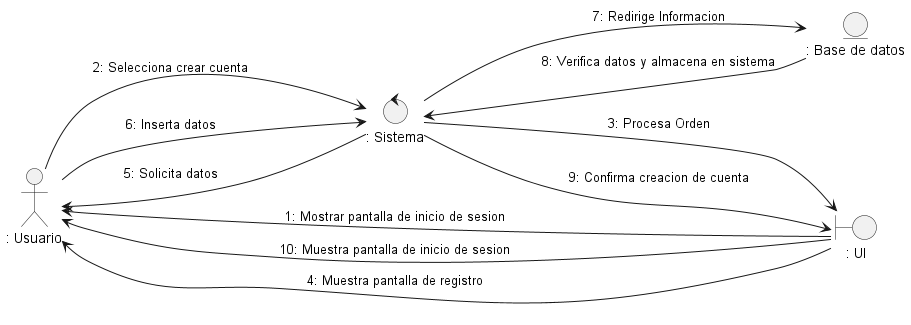
Before: docs/logicalView/analysisView/usecaseAnalysis/collaborationDiagram/image/uc1_signUp.png, a diagram exported from PlantUML (Danfloca02/ProyectoFacUpdate).
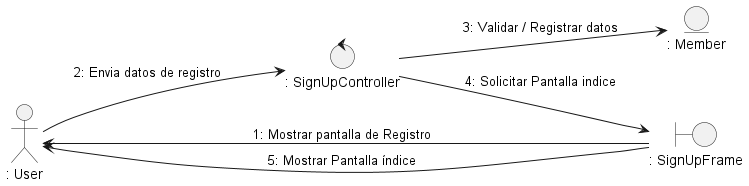
After the commit.

The edit, as a diff of the source:
```diff
@@ -2,21 +2,16 @@
 
 left to right direction
 
-actor ": Usuario" as user
+actor ": User" as user
 
-entity ": Base de datos" as mod
-boundary ": UI" as vis
-control ": Sistema" as con
+entity ": Member" as mod
+boundary ": SignUpFrame" as vis
+control ": SignUpController" as con
 
-vis --> user : 1: Mostrar pantalla de inicio de sesion
-vis --> user : 10: Muestra pantalla de inicio de sesion
-user --> con : 2: Selecciona crear cuenta
-con --> vis : 3: Procesa Orden
-vis --> user : 4: Muestra pantalla de registro
-con --> user : 5: Solicita datos
-user --> con : 6: Inserta datos
-con --> mod : 7: Redirige Informacion
-mod --> con : 8: Verifica datos y almacena en sistema
-con --> vis : 9: Confirma creacion de cuenta
+vis --> user : 1: Mostrar pantalla de Registro
+user --> con : 2: Envia datos de registro
+con --> mod : 3: Validar / Registrar datos
+con --> vis : 4: Solicitar Pantalla indice
+vis --> user : 5: Mostrar Pantalla índice
 
 @enduml
```
